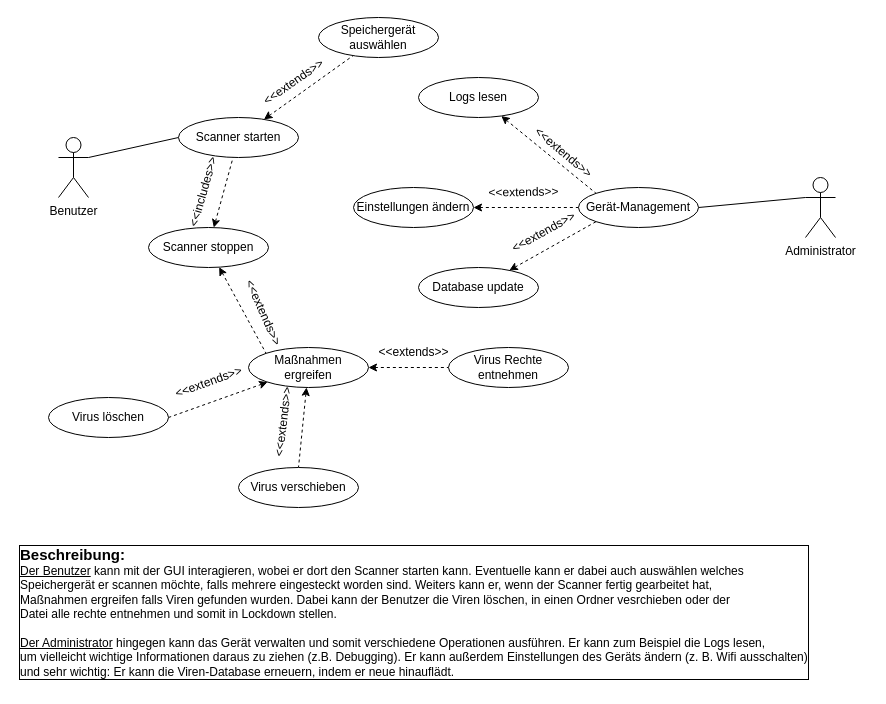
Above: Diagramme/MaturaUseCase.drawio in Raspirus/Raspirus (draw.io), before the change. Source tidied: cells renumbered, new cells numbered last; positions are measured from the earlier drawing's top-left corner, leaving out a move shared by most shapes. Both pictures are drawn from the tidied source at 100%, with x=0, y=0 at pixel (17, 17).
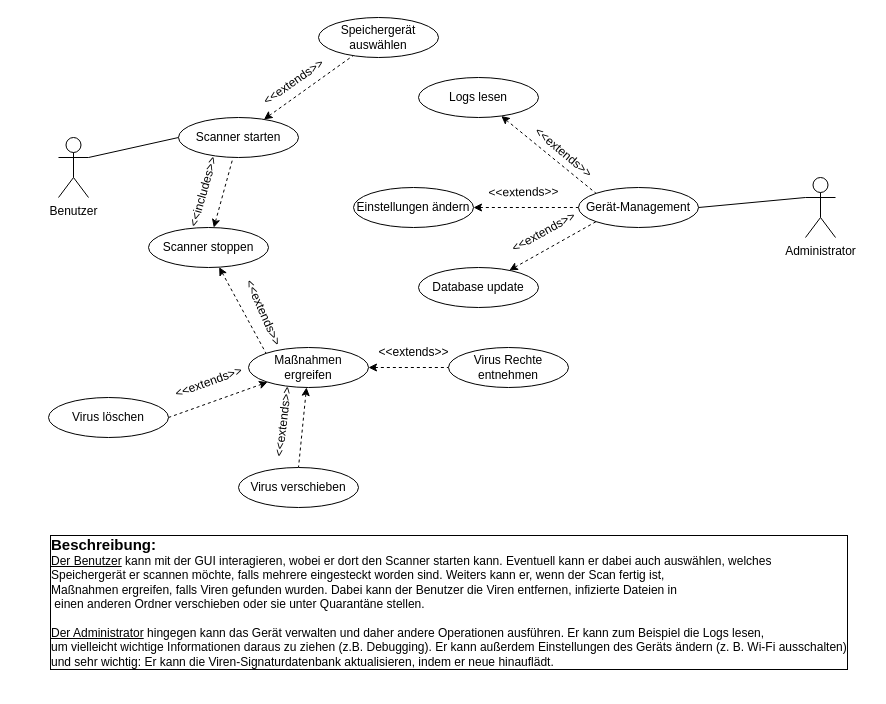
The same page after the edit.

Change to the diagram source:
```diff
@@
-    <mxCell id="35" value="&lt;b&gt;&lt;font style=&quot;font-size: 15px;&quot;&gt;Beschreibung:&lt;/font&gt;&lt;/b&gt;&lt;br&gt;&lt;u&gt;Der Benutzer&lt;/u&gt; kann mit der GUI interagieren, wobei er dort den Scanner starten kann. Eventuelle kann er dabei auch auswählen welches&lt;br&gt;Speichergerät er scannen möchte, falls mehrere eingesteckt worden sind. Weiters kann er, wenn der Scanner fertig gearbeitet hat,&lt;br&gt;Maßnahmen ergreifen falls Viren gefunden wurden. Dabei kann der Benutzer die Viren löschen, in einen Ordner vesrchieben oder der&lt;br&gt;Datei alle rechte entnehmen und somit in Lockdown stellen.&lt;br&gt;&lt;br&gt;&lt;u&gt;Der Administrator&lt;/u&gt; hingegen kann das Gerät verwalten und somit verschiedene Operationen ausführen. Er kann zum Beispiel die Logs lesen,&lt;br&gt;um vielleicht wichtige Informationen daraus zu ziehen (z.B. Debugging). Er kann außerdem Einstellungen des Geräts ändern (z. B. Wifi ausschalten)&lt;br&gt;und sehr wichtig: Er kann die Viren-Database erneuern, indem er neue hinauflädt." style="text;html=1;align=left;verticalAlign=middle;strokeColor=none;fillColor=none;labelBorderColor=default;labelBackgroundColor=default;" parent="1" vertex="1">
-      <mxGeometry y="519.5" width="810" height="150" as="geometry" />
+    <mxCell id="35" value="&lt;b&gt;&lt;font style=&quot;font-size: 15px;&quot;&gt;Beschreibung:&lt;/font&gt;&lt;/b&gt;&lt;br&gt;&lt;u&gt;Der Benutzer&lt;/u&gt;&amp;nbsp;kann mit der GUI interagieren, wobei er dort den Scanner starten kann. Eventuell kann er dabei auch auswählen, welches&lt;br&gt;Speichergerät er scannen möchte, falls mehrere eingesteckt worden sind. Weiters kann er, wenn der Scan fertig ist,&lt;br&gt;Maßnahmen ergreifen, falls Viren gefunden wurden. Dabei kann der Benutzer die Viren&amp;nbsp;entfernen, infizierte Dateien in&lt;br&gt;&amp;nbsp;einen anderen Ordner verschieben oder sie unter Quarantäne stellen.&lt;br&gt;&lt;br&gt;&lt;u&gt;Der Administrator&lt;/u&gt;&amp;nbsp;hingegen kann das Gerät verwalten und daher andere Operationen ausführen. Er kann zum Beispiel die Logs lesen,&lt;br&gt;um vielleicht wichtige Informationen daraus zu ziehen (z.B. Debugging). Er kann außerdem Einstellungen des Geräts ändern (z. B. Wi-Fi ausschalten)&lt;br&gt;und sehr wichtig: Er kann die Viren-Signaturdatenbank aktualisieren, indem er neue hinauflädt." style="text;html=1;align=left;verticalAlign=middle;strokeColor=none;fillColor=none;labelBorderColor=default;labelBackgroundColor=default;" parent="1" vertex="1">
+      <mxGeometry x="31" y="510" width="820" height="150" as="geometry" />
     </mxCell>
```
